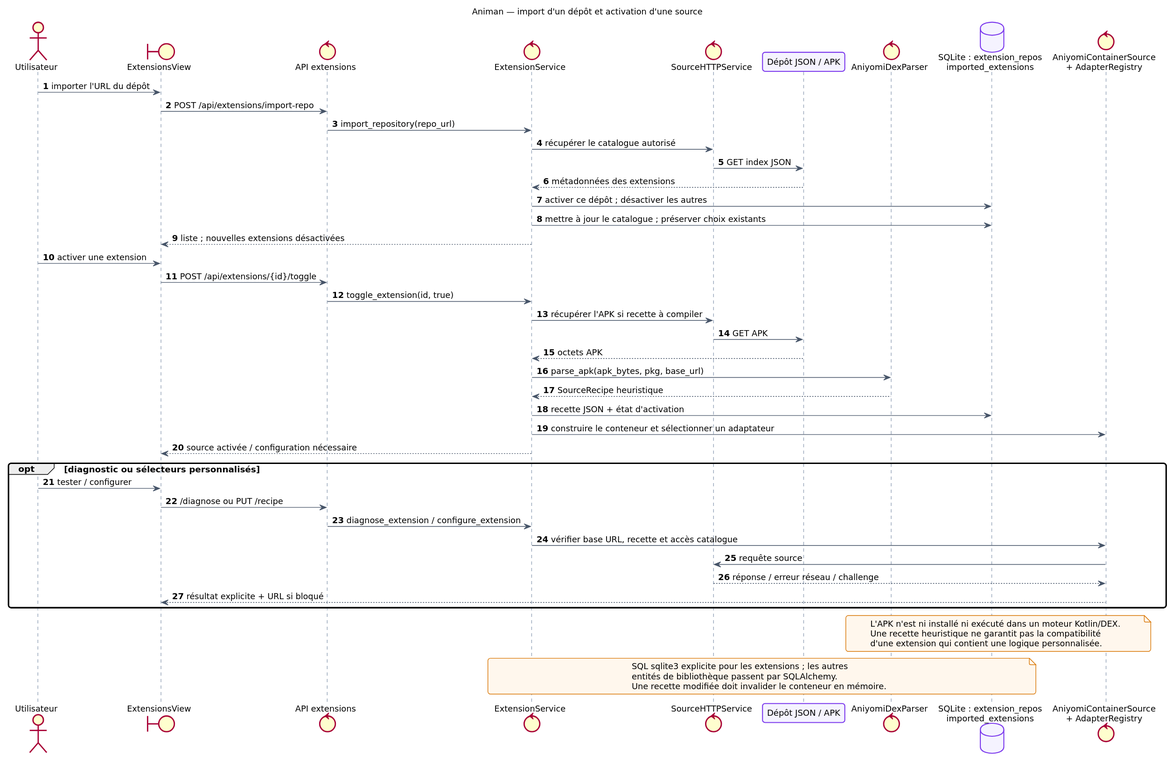
Above: docs/architecture/svg/11-sequence-extensions.svg in loeuf237/animan-python (PlantUML), before the change.
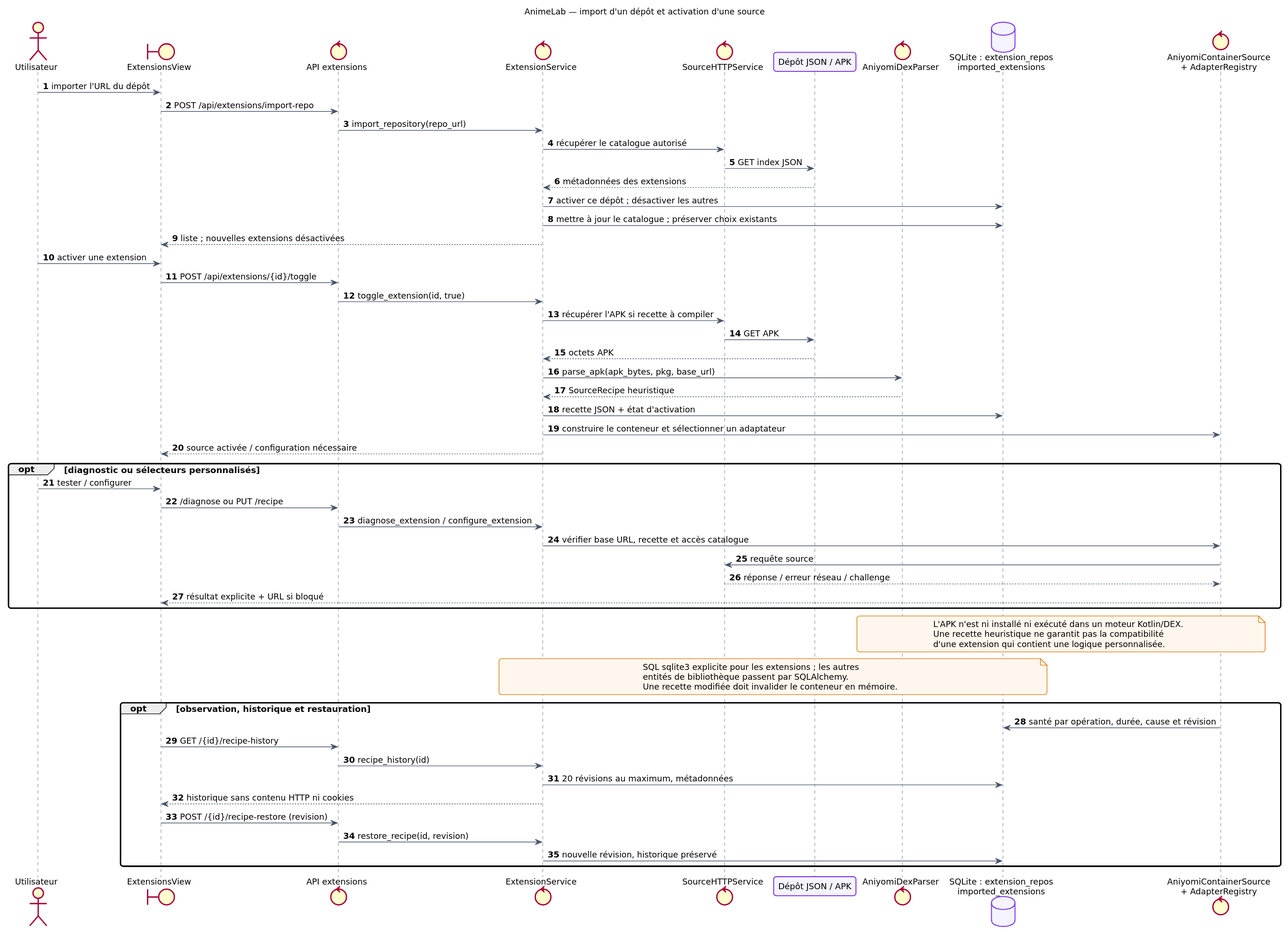
The same file after the commit.

Diff of the diagram source:
```diff
@@ -24,7 +24,7 @@
 skinparam databaseBackgroundColor #F5F3FF
 skinparam databaseBorderColor #7C3AED
 hide empty members
-title Animan — import d'un dépôt et activation d'une source
+title AnimeLab — import d'un dépôt et activation d'une source
 autonumber
 actor Utilisateur as U
 boundary "ExtensionsView" as UI
@@ -74,4 +74,14 @@
 entités de bibliothèque passent par SQLAlchemy.
 Une recette modifiée doit invalider le conteneur en mémoire.
 end note
+opt observation, historique et restauration
+  Runtime -> DB : santé par opération, durée, cause et révision
+  UI -> API : GET /{id}/recipe-history
+  API -> Ext : recipe_history(id)
+  Ext -> DB : 20 révisions au maximum, métadonnées
+  Ext --> UI : historique sans contenu HTTP ni cookies
+  UI -> API : POST /{id}/recipe-restore (revision)
+  API -> Ext : restore_recipe(id, revision)
+  Ext -> DB : nouvelle révision, historique préservé
+end
 @enduml
```
